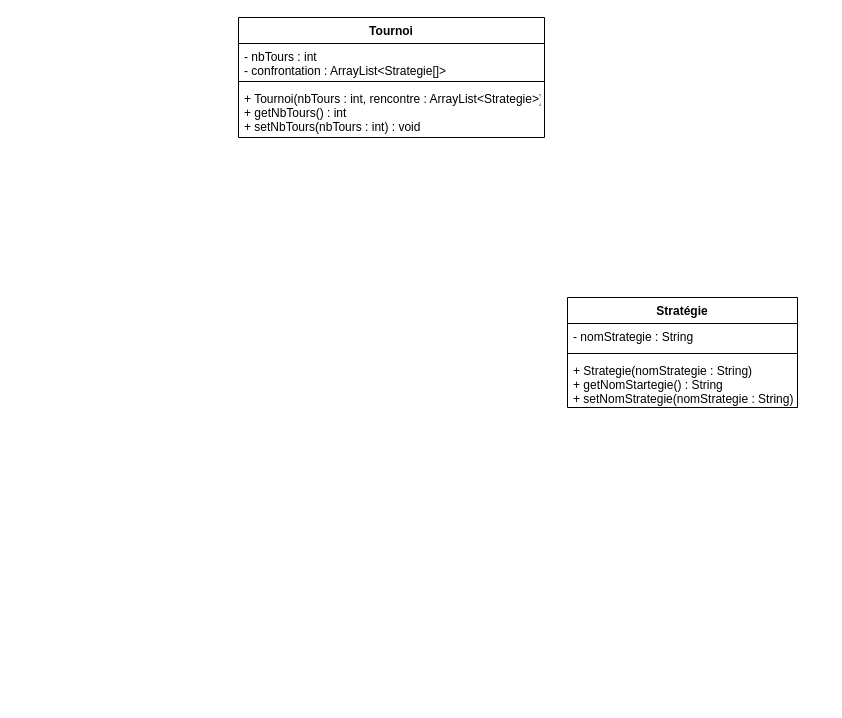
This is diagramme_classe.drawio from DaeronHTV/DilemmeDuPrisionnier, a draw.io file, before an edit. Source tidied: cells renumbered, new cells numbered last; positions are measured from the earlier drawing's top-left corner, leaving out a move shared by most shapes. Both pictures are drawn from the tidied source at 100%, with x=0, y=0 at pixel (238, 17).
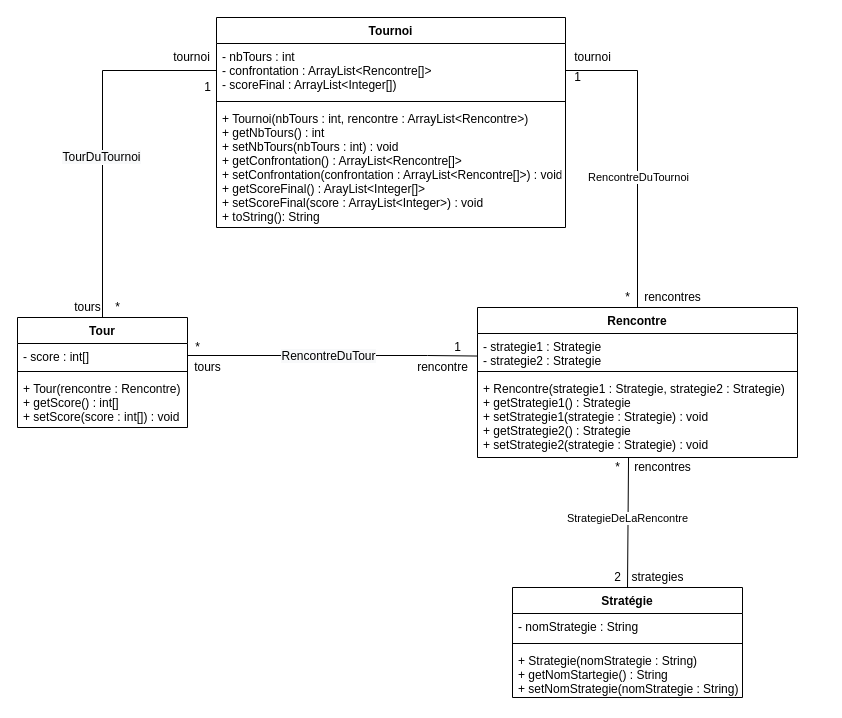
The same page after the edit.

Commit message:
maj diagramme classe

Change to the diagram source:
```diff
@@
+    <mxCell id="10" style="edgeStyle=segmentEdgeStyle;endArrow=none;html=1;exitX=0.5;exitY=0;exitDx=0;exitDy=0;entryX=0;entryY=0.5;entryDx=0;entryDy=0;endFill=0;rounded=0;" parent="1" edge="1" source="22" target="3">
+      <mxGeometry relative="1" as="geometry">
+        <Array as="points">
+          <mxPoint x="-136" y="53" />
+        </Array>
+      </mxGeometry>
+    </mxCell>
+    <mxCell id="11" value="&lt;span style=&quot;font-size: 12px ; background-color: rgb(248 , 249 , 250)&quot;&gt;TourDuTournoi&lt;/span&gt;" style="edgeLabel;html=1;align=center;verticalAlign=middle;" parent="10" vertex="1">
+      <mxGeometry x="-0.11" y="2" relative="1" as="geometry" />
+    </mxCell>
+    <mxCell id="12" style="edgeStyle=segmentEdgeStyle;endArrow=none;html=1;exitX=0.5;exitY=0;exitDx=0;exitDy=0;entryX=1;entryY=0.5;entryDx=0;entryDy=0;endFill=0;rounded=0;" parent="1" edge="1" source="18" target="3">
+      <mxGeometry relative="1" as="geometry">
+        <Array as="points">
+          <mxPoint x="399" y="53" />
+        </Array>
+      </mxGeometry>
+    </mxCell>
+    <mxCell id="13" value="RencontreDuTournoi" style="edgeLabel;html=1;align=center;verticalAlign=middle;" parent="12" vertex="1">
+      <mxGeometry x="-0.15" relative="1" as="geometry" />
+    </mxCell>
+    <mxCell id="14" style="edgeStyle=segmentEdgeStyle;endArrow=none;html=1;exitX=1;exitY=0.5;exitDx=0;exitDy=0;entryX=-0.001;entryY=0.663;entryDx=0;entryDy=0;endFill=0;rounded=0;entryPerimeter=0;" parent="1" edge="1" source="23" target="19">
+      <mxGeometry relative="1" as="geometry">
+        <Array as="points">
+          <mxPoint x="189" y="338" />
+          <mxPoint x="189" y="339" />
+        </Array>
+      </mxGeometry>
+    </mxCell>
+    <mxCell id="15" value="&lt;span style=&quot;font-size: 12px ; background-color: rgb(248 , 249 , 250)&quot;&gt;RencontreDuTour&lt;/span&gt;" style="edgeLabel;html=1;align=center;verticalAlign=middle;" parent="14" vertex="1">
+      <mxGeometry x="-0.09" y="2" relative="1" as="geometry">
+        <mxPoint x="8" y="2" as="offset" />
+      </mxGeometry>
+    </mxCell>
+    <mxCell id="16" style="edgeStyle=segmentEdgeStyle;endArrow=none;html=1;exitX=0.5;exitY=0;exitDx=0;exitDy=0;entryX=0.472;entryY=1;entryDx=0;entryDy=0;endFill=0;rounded=0;entryPerimeter=0;" parent="1" edge="1" source="6" target="21">
+      <mxGeometry relative="1" as="geometry">
+        <Array as="points">
+          <mxPoint x="389" y="440" />
+        </Array>
+      </mxGeometry>
+    </mxCell>
+    <mxCell id="17" value="StrategieDeLaRencontre" style="edgeLabel;html=1;align=center;verticalAlign=middle;" parent="16" vertex="1">
+      <mxGeometry x="0.24" relative="1" as="geometry">
+        <mxPoint x="-0.7" y="11" as="offset" />
+      </mxGeometry>
+    </mxCell>
     <mxCell id="2" value="Tournoi" style="swimlane;fontStyle=1;align=center;verticalAlign=top;horizontal=1;startSize=26;" parent="1" vertex="1">
-      <mxGeometry width="306" height="120" as="geometry" />
+      <mxGeometry x="-22" width="349" height="210" as="geometry" />
     </mxCell>
-    <mxCell id="3" value="- nbTours : int&#10;- confrontation : ArrayList&lt;Strategie[]&gt;" style="text;strokeColor=none;fillColor=none;align=left;verticalAlign=top;spacingLeft=4;spacingRight=4;overflow=hidden;points=[[0,0.5],[1,0.5]];portConstraint=eastwest;" parent="2" vertex="1">
-      <mxGeometry y="26" width="306" height="34" as="geometry" />
+    <mxCell id="3" value="- nbTours : int&#10;- confrontation : ArrayList&lt;Rencontre[]&gt;&#10;- scoreFinal : ArrayList&lt;Integer[])&#10;" style="text;strokeColor=none;fillColor=none;align=left;verticalAlign=top;spacingLeft=4;spacingRight=4;overflow=hidden;points=[[0,0.5],[1,0.5]];portConstraint=eastwest;" parent="2" vertex="1">
+      <mxGeometry y="26" width="349" height="54" as="geometry" />
     </mxCell>
     <mxCell id="4" style="line;strokeWidth=1;fillColor=none;align=left;verticalAlign=middle;spacingTop=-1;spacingLeft=3;spacingRight=3;labelPosition=right;" parent="2" vertex="1">
-      <mxGeometry y="60" width="306" height="8" as="geometry" />
+      <mxGeometry y="80" width="349" height="8" as="geometry" />
     </mxCell>
-    <mxCell id="5" value="+ Tournoi(nbTours : int, rencontre : ArrayList&lt;Strategie&gt;)&#10;+ getNbTours() : int&#10;+ setNbTours(nbTours : int) : void" style="text;strokeColor=none;fillColor=none;align=left;verticalAlign=top;spacingLeft=4;spacingRight=4;overflow=hidden;" parent="2" vertex="1">
-      <mxGeometry y="68" width="306" height="52" as="geometry" />
+    <mxCell id="5" value="+ Tournoi(nbTours : int, rencontre : ArrayList&lt;Rencontre&gt;)&#10;+ getNbTours() : int&#10;+ setNbTours(nbTours : int) : void&#10;+ getConfrontation() : ArrayList&lt;Rencontre[]&gt;&#10;+ setConfrontation(confrontation : ArrayList&lt;Rencontre[]&gt;) : void&#10;+ getScoreFinal() : ArayList&lt;Integer[]&gt;&#10;+ setScoreFinal(score : ArrayList&lt;Integer&gt;) : void&#10;+ toString(): String" style="text;strokeColor=none;fillColor=none;align=left;verticalAlign=top;spacingLeft=4;spacingRight=4;overflow=hidden;" parent="2" vertex="1">
+      <mxGeometry y="88" width="349" height="122" as="geometry" />
     </mxCell>
     <mxCell id="6" value="Stratégie" style="swimlane;fontStyle=1;align=center;verticalAlign=top;horizontal=1;startSize=26;" parent="1" vertex="1">
-      <mxGeometry x="329" y="280" width="230" height="110" as="geometry" />
+      <mxGeometry x="274" y="570" width="230" height="110" as="geometry" />
     </mxCell>
@@
+    <mxCell id="18" value="Rencontre" style="swimlane;fontStyle=1;align=center;verticalAlign=top;horizontal=1;startSize=26;" parent="1" vertex="1">
+      <mxGeometry x="239" y="290" width="320" height="150" as="geometry" />
+    </mxCell>
+    <mxCell id="19" value="- strategie1 : Strategie&#10;- strategie2 : Strategie" style="text;strokeColor=none;fillColor=none;align=left;verticalAlign=top;spacingLeft=4;spacingRight=4;overflow=hidden;points=[[0,0.5],[1,0.5]];portConstraint=eastwest;" parent="18" vertex="1">
+      <mxGeometry y="26" width="320" height="34" as="geometry" />
+    </mxCell>
+    <mxCell id="20" style="line;strokeWidth=1;fillColor=none;align=left;verticalAlign=middle;spacingTop=-1;spacingLeft=3;spacingRight=3;labelPosition=right;" parent="18" vertex="1">
+      <mxGeometry y="60" width="320" height="8" as="geometry" />
+    </mxCell>
+    <mxCell id="21" value="+ Rencontre(strategie1 : Strategie, strategie2 : Strategie)&#10;+ getStrategie1() : Strategie&#10;+ setStrategie1(strategie : Strategie) : void&#10;+ getStrategie2() : Strategie&#10;+ setStrategie2(strategie : Strategie) : void" style="text;strokeColor=none;fillColor=none;align=left;verticalAlign=top;spacingLeft=4;spacingRight=4;overflow=hidden;points=[[0,0.5],[1,0.5]];portConstraint=eastwest;" parent="18" vertex="1">
+      <mxGeometry y="68" width="320" height="82" as="geometry" />
+    </mxCell>
+    <mxCell id="22" value="Tour" style="swimlane;fontStyle=1;align=center;verticalAlign=top;horizontal=1;startSize=26;" parent="1" vertex="1">
+      <mxGeometry x="-221" y="300" width="170" height="110" as="geometry" />
+    </mxCell>
+    <mxCell id="23" value="- score : int[]" style="text;strokeColor=none;fillColor=none;align=left;verticalAlign=top;spacingLeft=4;spacingRight=4;overflow=hidden;points=[[0,0.5],[1,0.5]];portConstraint=eastwest;" parent="22" vertex="1">
+      <mxGeometry y="26" width="170" height="24" as="geometry" />
+    </mxCell>
+    <mxCell id="24" style="line;strokeWidth=1;fillColor=none;align=left;verticalAlign=middle;spacingTop=-1;spacingLeft=3;spacingRight=3;labelPosition=right;" parent="22" vertex="1">
+      <mxGeometry y="50" width="170" height="8" as="geometry" />
+    </mxCell>
+    <mxCell id="25" value="+ Tour(rencontre : Rencontre)&#10;+ getScore() : int[]&#10;+ setScore(score : int[]) : void" style="text;strokeColor=none;fillColor=none;align=left;verticalAlign=top;spacingLeft=4;spacingRight=4;overflow=hidden;" parent="22" vertex="1">
+      <mxGeometry y="58" width="170" height="52" as="geometry" />
+    </mxCell>
+    <mxCell id="26" value="tournoi" style="text;html=1;align=center;verticalAlign=middle;" parent="1" vertex="1">
+      <mxGeometry x="-72" y="30" width="50" height="20" as="geometry" />
+    </mxCell>
+    <mxCell id="27" value="1" style="text;html=1;align=center;verticalAlign=middle;" parent="1" vertex="1">
+      <mxGeometry x="-41" y="60" width="20" height="20" as="geometry" />
+    </mxCell>
+    <mxCell id="28" value="tours" style="text;html=1;align=center;verticalAlign=middle;" parent="1" vertex="1">
+      <mxGeometry x="-171" y="280" width="40" height="20" as="geometry" />
+    </mxCell>
+    <mxCell id="29" value="*" style="text;html=1;align=center;verticalAlign=middle;" parent="1" vertex="1">
+      <mxGeometry x="-131" y="280" width="20" height="20" as="geometry" />
+    </mxCell>
+    <mxCell id="30" value="*" style="text;html=1;align=center;verticalAlign=middle;" parent="1" vertex="1">
+      <mxGeometry x="-51" y="320" width="20" height="20" as="geometry" />
+    </mxCell>
+    <mxCell id="31" value="tours" style="text;html=1;align=center;verticalAlign=middle;" parent="1" vertex="1">
+      <mxGeometry x="-51" y="340" width="40" height="20" as="geometry" />
+    </mxCell>
+    <mxCell id="32" value="1" style="text;html=1;align=center;verticalAlign=middle;" parent="1" vertex="1">
+      <mxGeometry x="209" y="320" width="20" height="20" as="geometry" />
+    </mxCell>
+    <mxCell id="33" value="rencontre" style="text;html=1;align=center;verticalAlign=middle;" parent="1" vertex="1">
+      <mxGeometry x="169" y="340" width="70" height="20" as="geometry" />
+    </mxCell>
+    <mxCell id="34" value="tournoi" style="text;html=1;align=center;verticalAlign=middle;" parent="1" vertex="1">
+      <mxGeometry x="329" y="30" width="50" height="20" as="geometry" />
+    </mxCell>
+    <mxCell id="35" value="1" style="text;html=1;align=center;verticalAlign=middle;" parent="1" vertex="1">
+      <mxGeometry x="329" y="50" width="20" height="20" as="geometry" />
+    </mxCell>
+    <mxCell id="36" value="rencontres" style="text;html=1;align=center;verticalAlign=middle;" parent="1" vertex="1">
+      <mxGeometry x="399" y="270" width="70" height="20" as="geometry" />
+    </mxCell>
+    <mxCell id="37" value="*" style="text;html=1;align=center;verticalAlign=middle;" parent="1" vertex="1">
+      <mxGeometry x="379" y="270" width="20" height="20" as="geometry" />
+    </mxCell>
+    <mxCell id="38" value="rencontres" style="text;html=1;align=center;verticalAlign=middle;" parent="1" vertex="1">
+      <mxGeometry x="389" y="440" width="70" height="20" as="geometry" />
+    </mxCell>
+    <mxCell id="39" value="*" style="text;html=1;align=center;verticalAlign=middle;" parent="1" vertex="1">
+      <mxGeometry x="369" y="440" width="20" height="20" as="geometry" />
+    </mxCell>
+    <mxCell id="40" value="strategies" style="text;html=1;align=center;verticalAlign=middle;" parent="1" vertex="1">
+      <mxGeometry x="384" y="550" width="70" height="20" as="geometry" />
+    </mxCell>
+    <mxCell id="41" value="2" style="text;html=1;align=center;verticalAlign=middle;" parent="1" vertex="1">
+      <mxGeometry x="369" y="550" width="20" height="20" as="geometry" />
+    </mxCell>
```
